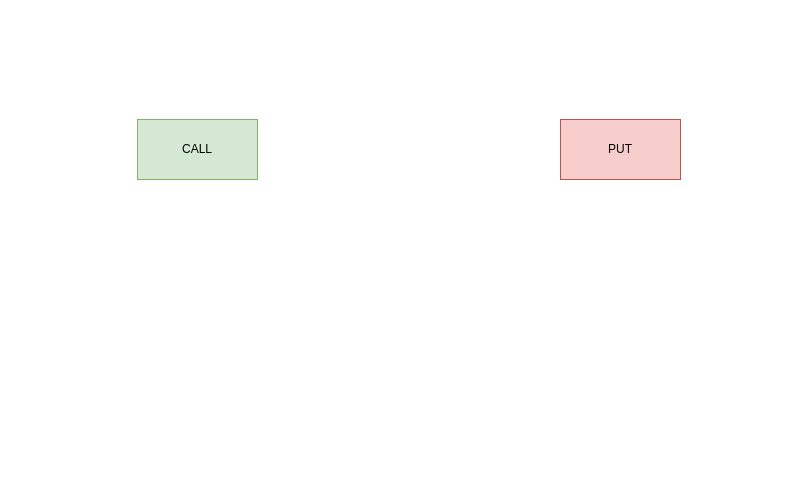
Above: options.drawio in firelinks-alex/firelinks-alex.github.io (draw.io), before the change. Source tidied: cells renumbered, new cells numbered last; positions are measured from the earlier drawing's top-left corner, leaving out a move shared by most shapes. Both pictures are drawn from the tidied source at 100%, with x=0, y=0 at pixel (137, 119).
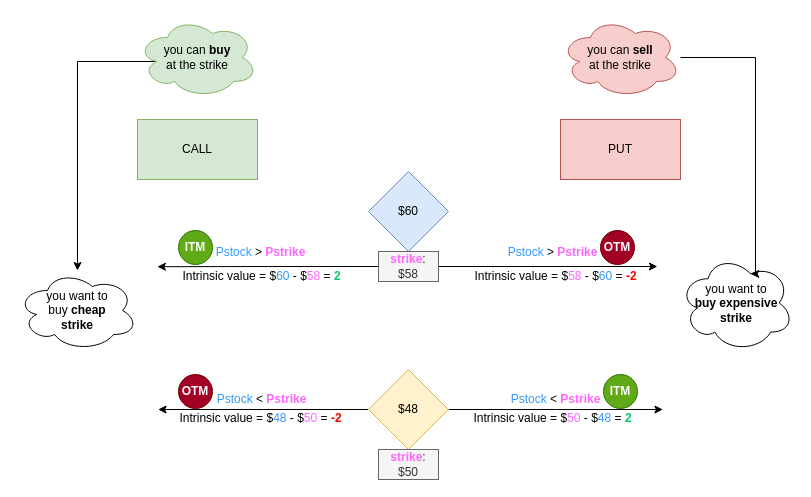
After the change.

Diff of the diagram source:
```diff
@@
+    <mxCell id="4" style="edgeStyle=orthogonalEdgeStyle;rounded=0;jettySize=auto;html=1;exitX=0.16;exitY=0.55;exitDx=0;exitDy=0;exitPerimeter=0;" parent="1" edge="1" source="5" target="7">
+      <mxGeometry relative="1" as="geometry">
+        <Array as="points">
+          <mxPoint x="-60" y="-58" />
+        </Array>
+      </mxGeometry>
+    </mxCell>
+    <mxCell id="5" value="you can &lt;b&gt;buy&lt;/b&gt;&lt;div&gt;at the strike&lt;/div&gt;" style="ellipse;shape=cloud;whiteSpace=wrap;html=1;fillColor=#d5e8d4;strokeColor=#82b366;" parent="1" vertex="1">
+      <mxGeometry y="-102" width="120" height="80" as="geometry" />
+    </mxCell>
+    <mxCell id="6" value="you can &lt;b&gt;sell&lt;/b&gt;&lt;div&gt;at the strike&lt;/div&gt;" style="ellipse;shape=cloud;whiteSpace=wrap;html=1;fillColor=#f8cecc;strokeColor=#b85450;" parent="1" vertex="1">
+      <mxGeometry x="423" y="-102" width="120" height="80" as="geometry" />
+    </mxCell>
+    <mxCell id="7" value="you want to&lt;div&gt;buy &lt;b&gt;cheap&lt;/b&gt;&lt;/div&gt;&lt;div&gt;&lt;b&gt;strike&lt;/b&gt;&lt;/div&gt;" style="ellipse;shape=cloud;whiteSpace=wrap;html=1;" parent="1" vertex="1">
+      <mxGeometry x="-120" y="151" width="120" height="80" as="geometry" />
+    </mxCell>
+    <mxCell id="8" value="you want to&lt;div&gt;&lt;b&gt;buy expensive strike&lt;/b&gt;&lt;/div&gt;" style="ellipse;shape=cloud;whiteSpace=wrap;html=1;" parent="1" vertex="1">
+      <mxGeometry x="542" y="135" width="114" height="97" as="geometry" />
+    </mxCell>
+    <mxCell id="9" style="edgeStyle=orthogonalEdgeStyle;rounded=0;jettySize=auto;html=1;entryX=0.625;entryY=0.2;entryDx=0;entryDy=0;entryPerimeter=0;" parent="1" edge="1" source="6" target="8">
+      <mxGeometry relative="1" as="geometry">
+        <Array as="points">
+          <mxPoint x="618" y="-62" />
+        </Array>
+      </mxGeometry>
+    </mxCell>
+    <mxCell id="10" style="group;" parent="1" vertex="1">
+      <mxGeometry x="231" y="52" width="80" height="110" as="geometry" />
+    </mxCell>
+    <mxCell id="11" value="$60" style="rhombus;whiteSpace=wrap;html=1;fillColor=#dae8fc;strokeColor=#6c8ebf;" parent="10" vertex="1">
+      <mxGeometry width="80" height="80" as="geometry" />
+    </mxCell>
+    <mxCell id="12" style="edgeStyle=orthogonalEdgeStyle;rounded=0;jettySize=auto;html=1;exitX=0;exitY=0.5;exitDx=0;exitDy=0;" parent="10" edge="1" source="14">
+      <mxGeometry relative="1" as="geometry">
+        <mxPoint x="-211.1" y="95.2" as="targetPoint" />
+      </mxGeometry>
+    </mxCell>
+    <mxCell id="13" style="edgeStyle=orthogonalEdgeStyle;rounded=0;jettySize=auto;html=1;" parent="10" edge="1" source="14">
+      <mxGeometry relative="1" as="geometry">
+        <mxPoint x="288.9" y="95" as="targetPoint" />
+      </mxGeometry>
+    </mxCell>
+    <mxCell id="14" value="&lt;font color=&quot;#ff66ff&quot;&gt;&lt;b&gt;strike&lt;/b&gt;&lt;/font&gt;: $58" style="text;html=1;align=center;verticalAlign=middle;whiteSpace=wrap;rounded=0;fillColor=#f5f5f5;strokeColor=#666666;fontColor=#333333;" parent="10" vertex="1">
+      <mxGeometry x="10" y="80" width="60" height="30" as="geometry" />
+    </mxCell>
+    <mxCell id="15" value="&lt;font color=&quot;#3399ff&quot;&gt;Pstock&lt;/font&gt; &amp;gt; &lt;font color=&quot;#ff66ff&quot;&gt;&lt;b&gt;Pstrike&lt;/b&gt;&lt;/font&gt;" style="text;html=1;align=center;verticalAlign=middle;whiteSpace=wrap;rounded=0;" parent="1" vertex="1">
+      <mxGeometry x="62" y="118" width="123" height="30" as="geometry" />
+    </mxCell>
+    <mxCell id="16" value="ITM" style="ellipse;whiteSpace=wrap;html=1;fontStyle=1;fillColor=#60a917;fontColor=#ffffff;strokeColor=#2D7600;" parent="1" vertex="1">
+      <mxGeometry x="41" y="111" width="34" height="34" as="geometry" />
+    </mxCell>
+    <mxCell id="17" style="group;" parent="1" vertex="1">
+      <mxGeometry x="231" y="250" width="80" height="110" as="geometry" />
+    </mxCell>
+    <mxCell id="18" style="edgeStyle=orthogonalEdgeStyle;rounded=0;jettySize=auto;html=1;" parent="17" edge="1" source="20">
+      <mxGeometry relative="1" as="geometry">
+        <mxPoint x="-210.4" y="40" as="targetPoint" />
+      </mxGeometry>
+    </mxCell>
+    <mxCell id="19" style="edgeStyle=orthogonalEdgeStyle;rounded=0;jettySize=auto;html=1;exitX=1;exitY=0.5;exitDx=0;exitDy=0;" parent="17" edge="1" source="20">
+      <mxGeometry relative="1" as="geometry">
+        <mxPoint x="294.4" y="40" as="targetPoint" />
+      </mxGeometry>
+    </mxCell>
+    <mxCell id="20" value="$48" style="rhombus;whiteSpace=wrap;html=1;fillColor=#fff2cc;strokeColor=#d6b656;" parent="17" vertex="1">
+      <mxGeometry width="80" height="80" as="geometry" />
+    </mxCell>
+    <mxCell id="21" value="&lt;font color=&quot;#ff66ff&quot;&gt;&lt;b&gt;strike&lt;/b&gt;&lt;/font&gt;: $50" style="text;html=1;align=center;verticalAlign=middle;whiteSpace=wrap;rounded=0;fillColor=#f5f5f5;strokeColor=#666666;fontColor=#333333;" parent="17" vertex="1">
+      <mxGeometry x="10" y="80" width="60" height="30" as="geometry" />
+    </mxCell>
+    <mxCell id="22" value="&lt;font color=&quot;#3399ff&quot;&gt;Pstock&lt;/font&gt;&amp;nbsp;&amp;gt;&amp;nbsp;&lt;font color=&quot;#ff66ff&quot;&gt;&lt;b&gt;Pstrike&lt;/b&gt;&lt;/font&gt;" style="text;html=1;align=center;verticalAlign=middle;whiteSpace=wrap;rounded=0;" parent="1" vertex="1">
+      <mxGeometry x="354" y="118" width="123" height="30" as="geometry" />
+    </mxCell>
+    <mxCell id="23" value="OTM" style="ellipse;whiteSpace=wrap;html=1;fontStyle=1;fillColor=#a20025;fontColor=#ffffff;strokeColor=#6F0000;" parent="1" vertex="1">
+      <mxGeometry x="463" y="111" width="34" height="34" as="geometry" />
+    </mxCell>
+    <mxCell id="24" value="Intrinsic value = $&lt;font color=&quot;#3399ff&quot;&gt;60&lt;/font&gt; - $&lt;font color=&quot;#ff66ff&quot;&gt;58&lt;/font&gt; = &lt;font color=&quot;#00cc66&quot;&gt;&lt;b&gt;2&lt;/b&gt;&lt;/font&gt;" style="text;html=1;align=center;verticalAlign=middle;whiteSpace=wrap;rounded=0;" parent="1" vertex="1">
+      <mxGeometry x="41" y="142" width="167" height="30" as="geometry" />
+    </mxCell>
+    <mxCell id="25" value="Intrinsic value = $&lt;font color=&quot;#ff66ff&quot;&gt;58&lt;/font&gt; - $&lt;font color=&quot;#3399ff&quot;&gt;60&lt;/font&gt; = &lt;b style=&quot;&quot;&gt;&lt;font color=&quot;#ff0000&quot;&gt;-2&lt;/font&gt;&lt;/b&gt;" style="text;html=1;align=center;verticalAlign=middle;whiteSpace=wrap;rounded=0;" parent="1" vertex="1">
+      <mxGeometry x="335" y="142" width="167" height="30" as="geometry" />
+    </mxCell>
+    <mxCell id="26" value="&lt;font color=&quot;#3399ff&quot;&gt;Pstock&lt;/font&gt;&amp;nbsp;&amp;lt;&amp;nbsp;&lt;font color=&quot;#ff66ff&quot;&gt;&lt;b&gt;Pstrike&lt;/b&gt;&lt;/font&gt;" style="text;html=1;align=center;verticalAlign=middle;whiteSpace=wrap;rounded=0;" parent="1" vertex="1">
+      <mxGeometry x="357" y="265" width="123" height="30" as="geometry" />
+    </mxCell>
+    <mxCell id="27" value="Intrinsic value = $&lt;font color=&quot;#ff66ff&quot;&gt;50&lt;/font&gt; - $&lt;font color=&quot;#3399ff&quot;&gt;48&lt;/font&gt; = &lt;b&gt;&lt;font color=&quot;#00cc66&quot;&gt;2&lt;/font&gt;&lt;/b&gt;" style="text;html=1;align=center;verticalAlign=middle;whiteSpace=wrap;rounded=0;" parent="1" vertex="1">
+      <mxGeometry x="332" y="284" width="167" height="30" as="geometry" />
+    </mxCell>
+    <mxCell id="28" value="ITM" style="ellipse;whiteSpace=wrap;html=1;fontStyle=1;fillColor=#60a917;fontColor=#ffffff;strokeColor=#2D7600;" parent="1" vertex="1">
+      <mxGeometry x="466" y="255" width="34" height="34" as="geometry" />
+    </mxCell>
+    <mxCell id="29" value="&lt;font color=&quot;#3399ff&quot;&gt;Pstock&lt;/font&gt;&amp;nbsp;&amp;lt;&amp;nbsp;&lt;font color=&quot;#ff66ff&quot;&gt;&lt;b&gt;Pstrike&lt;/b&gt;&lt;/font&gt;" style="text;html=1;align=center;verticalAlign=middle;whiteSpace=wrap;rounded=0;" parent="1" vertex="1">
+      <mxGeometry x="63" y="265" width="123" height="30" as="geometry" />
+    </mxCell>
+    <mxCell id="30" value="Intrinsic value = $&lt;font color=&quot;#3399ff&quot;&gt;48&lt;/font&gt; - $&lt;font color=&quot;#ff66ff&quot;&gt;50&lt;/font&gt; = &lt;font color=&quot;#ff0000&quot;&gt;&lt;b&gt;-2&lt;/b&gt;&lt;/font&gt;" style="text;html=1;align=center;verticalAlign=middle;whiteSpace=wrap;rounded=0;" parent="1" vertex="1">
+      <mxGeometry x="40" y="284" width="167" height="30" as="geometry" />
+    </mxCell>
+    <mxCell id="31" value="OTM" style="ellipse;whiteSpace=wrap;html=1;fontStyle=1;fillColor=#a20025;fontColor=#ffffff;strokeColor=#6F0000;" parent="1" vertex="1">
+      <mxGeometry x="41" y="255" width="34" height="34" as="geometry" />
+    </mxCell>
```
